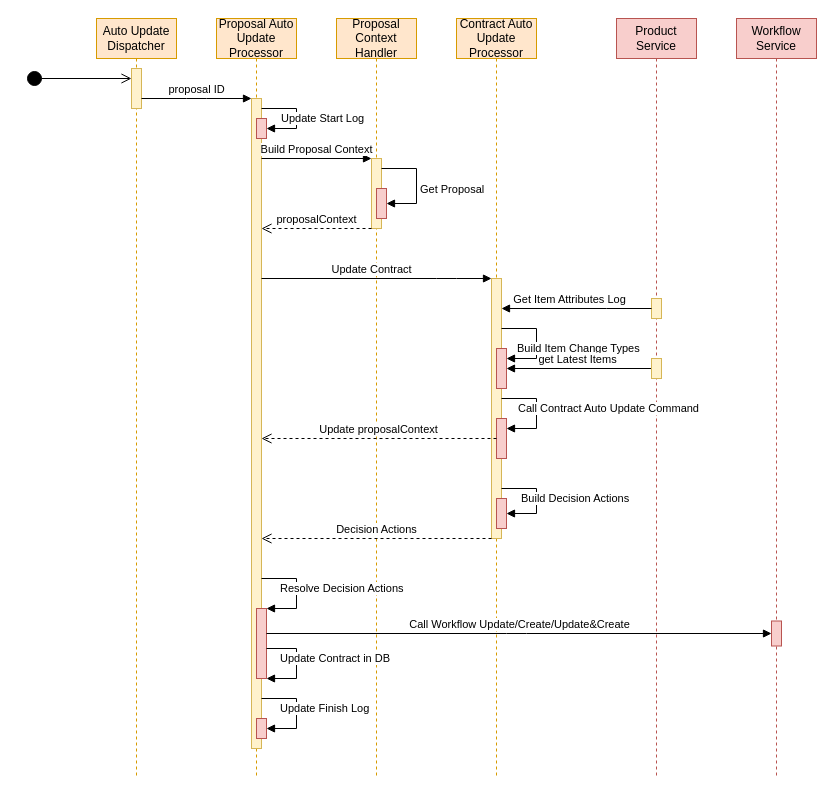
The draw.io diagram Proposal Update Entry Sequence Diagram.drawio in dajin-kingland/UMLdiagrams, before the edit. Source tidied: cells renumbered, new cells numbered last; positions are measured from the earlier drawing's top-left corner, leaving out a move shared by most shapes. Both pictures are drawn from the tidied source at 100%, with x=0, y=0 at pixel (26, 18).
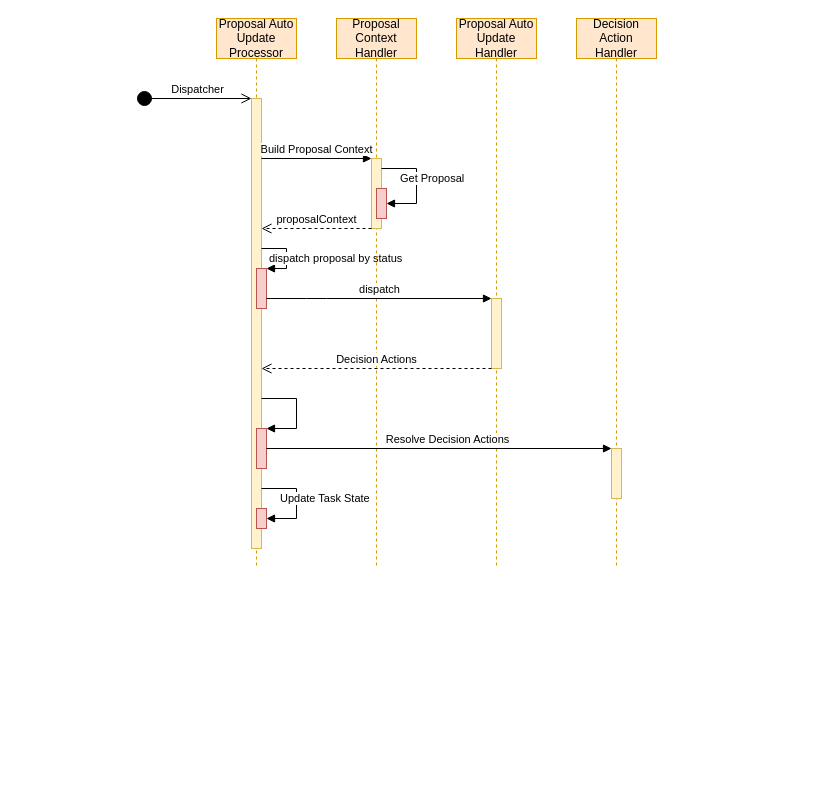
The same diagram, later.

Unchanged cells that the change refers to:
```xml
<mxCell id="5" style="html=1;points=[];perimeter=orthogonalPerimeter;fillColor=#fff2cc;strokeColor=#d6b656;" parent="4" vertex="1">
  <mxGeometry x="35" y="140" width="10" height="70" as="geometry" />
</mxCell>
<mxCell id="13" style="html=1;points=[];perimeter=orthogonalPerimeter;fillColor=#f8cecc;strokeColor=#b85450;" parent="1" vertex="1">
  <mxGeometry x="350" y="170" width="10" height="30" as="geometry" />
</mxCell>
```

Diff of the diagram source:
```diff
@@
     <mxCell id="2" value="&lt;font style=&quot;font-size: 12px&quot;&gt;Proposal Auto Update Processor&lt;/font&gt;" style="shape=umlLifeline;perimeter=lifelinePerimeter;whiteSpace=wrap;html=1;fillColor=#ffe6cc;strokeColor=#d79b00;" parent="1" vertex="1">
-      <mxGeometry x="190" width="80" height="760" as="geometry" />
+      <mxGeometry x="190" width="80" height="550" as="geometry" />
     </mxCell>
     <mxCell id="3" style="html=1;points=[];perimeter=orthogonalPerimeter;fillColor=#fff2cc;strokeColor=#d6b656;" parent="2" vertex="1">
-      <mxGeometry x="35" y="80" width="10" height="650" as="geometry" />
+      <mxGeometry x="35" y="80" width="10" height="450" as="geometry" />
     </mxCell>
+    <mxCell id="43" style="html=1;points=[];perimeter=orthogonalPerimeter;fillColor=#f8cecc;strokeColor=#b85450;" parent="2" vertex="1">
+      <mxGeometry x="40" y="250" width="10" height="40" as="geometry" />
+    </mxCell>
+    <mxCell id="44" value="dispatch proposal by status" style="edgeStyle=orthogonalEdgeStyle;html=1;align=left;spacingLeft=2;endArrow=block;rounded=0;entryX=1;entryY=0;" parent="2" edge="1" source="3" target="43">
+      <mxGeometry x="-0.87" y="-10" relative="1" as="geometry">
+        <Array as="points">
+          <mxPoint x="70" y="230" />
+          <mxPoint x="70" y="250" />
+        </Array>
+      </mxGeometry>
+    </mxCell>
     <mxCell id="4" value="&lt;font style=&quot;font-size: 12px&quot;&gt;Proposal &lt;br&gt;Context&lt;br&gt;Handler&lt;/font&gt;" style="shape=umlLifeline;perimeter=lifelinePerimeter;whiteSpace=wrap;html=1;fillColor=#ffe6cc;strokeColor=#d79b00;" parent="1" vertex="1">
-      <mxGeometry x="310" width="80" height="760" as="geometry" />
+      <mxGeometry x="310" width="80" height="550" as="geometry" />
     </mxCell>
@@
-    <mxCell id="7" value="&lt;font style=&quot;font-size: 12px&quot;&gt;Product Service&lt;/font&gt;" style="shape=umlLifeline;perimeter=lifelinePerimeter;whiteSpace=wrap;html=1;fillColor=#f8cecc;strokeColor=#b85450;" parent="1" vertex="1">
-      <mxGeometry x="590" width="80" height="760" as="geometry" />
-    </mxCell>
-    <mxCell id="8" style="html=1;points=[];perimeter=orthogonalPerimeter;fillColor=#fff2cc;strokeColor=#d6b656;" parent="7" vertex="1">
-      <mxGeometry x="35" y="280" width="10" height="20" as="geometry" />
-    </mxCell>
-    <mxCell id="9" value="&lt;font style=&quot;font-size: 12px&quot;&gt;Contract Auto Update Processor&lt;/font&gt;" style="shape=umlLifeline;perimeter=lifelinePerimeter;whiteSpace=wrap;html=1;fillColor=#ffe6cc;strokeColor=#d79b00;" parent="1" vertex="1">
-      <mxGeometry x="430" width="80" height="760" as="geometry" />
-    </mxCell>
-    <mxCell id="10" style="html=1;points=[];perimeter=orthogonalPerimeter;fillColor=#fff2cc;strokeColor=#d6b656;" parent="9" vertex="1">
-      <mxGeometry x="35" y="260" width="10" height="260" as="geometry" />
-    </mxCell>
-    <mxCell id="11" style="html=1;points=[];perimeter=orthogonalPerimeter;fillColor=#f8cecc;strokeColor=#b85450;" parent="9" vertex="1">
-      <mxGeometry x="40" y="330" width="10" height="40" as="geometry" />
-    </mxCell>
-    <mxCell id="12" value="Build Item Change Types" style="edgeStyle=orthogonalEdgeStyle;html=1;align=left;spacingLeft=2;endArrow=block;rounded=0;" parent="9" edge="1" source="10" target="11">
-      <mxGeometry x="0.85" y="-10" relative="1" as="geometry">
-        <Array as="points">
-          <mxPoint x="80" y="310" />
-          <mxPoint x="80" y="340" />
-        </Array>
-      </mxGeometry>
-    </mxCell>
@@
     <mxCell id="14" value="Get Proposal" style="edgeStyle=orthogonalEdgeStyle;html=1;align=left;spacingLeft=2;endArrow=block;rounded=0;" parent="1" edge="1" source="5" target="13">
-      <mxGeometry x="0.12" relative="1" as="geometry">
+      <mxGeometry x="-0.7" y="-10" relative="1" as="geometry">
         <Array as="points">
           <mxPoint x="390" y="150" />
           <mxPoint x="390" y="185" />
         </Array>
       </mxGeometry>
     </mxCell>
-    <mxCell id="15" style="html=1;verticalAlign=bottom;endArrow=block;" parent="1" edge="1" source="3" target="10">
-      <mxGeometry relative="1" as="geometry">
-        <Array as="points">
-          <mxPoint x="420" y="260" />
-        </Array>
-      </mxGeometry>
-    </mxCell>
-    <mxCell id="16" value="Update Contract" style="edgeLabel;html=1;align=center;verticalAlign=middle;" parent="15" vertex="1">
-      <mxGeometry x="-0.39" y="-1" relative="1" as="geometry">
-        <mxPoint x="39" y="-11" as="offset" />
-      </mxGeometry>
-    </mxCell>
-    <mxCell id="17" value="Decision Actions" style="html=1;verticalAlign=bottom;endArrow=open;dashed=1;endSize=8;" parent="1" edge="1" source="10">
-      <mxGeometry relative="1" as="geometry">
-        <mxPoint x="235" y="520" as="targetPoint" />
-        <Array as="points">
-          <mxPoint x="390" y="520" />
-        </Array>
-      </mxGeometry>
-    </mxCell>
@@
-    <mxCell id="19" value="&lt;font style=&quot;font-size: 12px&quot;&gt;Workflow Service&lt;/font&gt;" style="shape=umlLifeline;perimeter=lifelinePerimeter;whiteSpace=wrap;html=1;fillColor=#f8cecc;strokeColor=#b85450;" parent="1" vertex="1">
-      <mxGeometry x="710" width="80" height="760" as="geometry" />
-    </mxCell>
-    <mxCell id="20" style="html=1;points=[];perimeter=orthogonalPerimeter;fillColor=#f8cecc;strokeColor=#b85450;" parent="19" vertex="1">
-      <mxGeometry x="35" y="602.5" width="10" height="25" as="geometry" />
-    </mxCell>
     <mxCell id="21" style="html=1;points=[];perimeter=orthogonalPerimeter;fillColor=#f8cecc;strokeColor=#b85450;" parent="1" vertex="1">
-      <mxGeometry x="230" y="590" width="10" height="70" as="geometry" />
+      <mxGeometry x="230" y="410" width="10" height="40" as="geometry" />
     </mxCell>
-    <mxCell id="22" value="Resolve Decision Actions" style="edgeStyle=orthogonalEdgeStyle;html=1;align=left;spacingLeft=2;endArrow=block;rounded=0;" parent="1" edge="1" source="3" target="21">
+    <mxCell id="22" style="edgeStyle=orthogonalEdgeStyle;html=1;align=left;spacingLeft=2;endArrow=block;rounded=0;" parent="1" edge="1" source="3" target="21">
       <mxGeometry x="-0.68" y="-10" relative="1" as="geometry">
         <Array as="points">
-          <mxPoint x="270" y="560" />
-          <mxPoint x="270" y="590" />
+          <mxPoint x="270" y="380" />
+          <mxPoint x="270" y="410" />
         </Array>
       </mxGeometry>
     </mxCell>
-    <mxCell id="23" value="Call Workflow Update/Create/Update&amp;amp;Create" style="html=1;verticalAlign=bottom;endArrow=block;" parent="1" edge="1" source="21" target="20">
-      <mxGeometry relative="1" as="geometry">
-        <Array as="points">
-          <mxPoint x="490" y="615" />
-        </Array>
-      </mxGeometry>
-    </mxCell>
     <mxCell id="24" style="html=1;points=[];perimeter=orthogonalPerimeter;fillColor=#f8cecc;strokeColor=#b85450;" parent="1" vertex="1">
-      <mxGeometry x="230" y="700" width="10" height="20" as="geometry" />
+      <mxGeometry x="230" y="490" width="10" height="20" as="geometry" />
     </mxCell>
-    <mxCell id="25" value="Update Finish Log" style="edgeStyle=orthogonalEdgeStyle;html=1;align=left;spacingLeft=2;endArrow=block;rounded=0;" parent="1" edge="1" source="3" target="24">
+    <mxCell id="25" value="Update Task State" style="edgeStyle=orthogonalEdgeStyle;html=1;align=left;spacingLeft=2;endArrow=block;rounded=0;" parent="1" edge="1" source="3" target="24">
       <mxGeometry x="-0.68" y="-10" relative="1" as="geometry">
         <Array as="points">
-          <mxPoint x="270" y="680" />
-          <mxPoint x="270" y="710" />
+          <mxPoint x="270" y="470" />
+          <mxPoint x="270" y="500" />
         </Array>
       </mxGeometry>
     </mxCell>
-    <mxCell id="26" style="html=1;points=[];perimeter=orthogonalPerimeter;fillColor=#f8cecc;strokeColor=#b85450;" parent="1" vertex="1">
-      <mxGeometry x="230" y="100" width="10" height="20" as="geometry" />
-    </mxCell>
-    <mxCell id="27" value="Update Start Log" style="edgeStyle=orthogonalEdgeStyle;html=1;align=left;spacingLeft=2;endArrow=block;rounded=0;" parent="1" edge="1" target="26">
-      <mxGeometry x="0.73" y="-10" relative="1" as="geometry">
-        <mxPoint x="235" y="90" as="sourcePoint" />
-        <Array as="points">
-          <mxPoint x="270" y="90" />
-          <mxPoint x="270" y="110" />
-        </Array>
-      </mxGeometry>
-    </mxCell>
-    <mxCell id="28" style="edgeStyle=orthogonalEdgeStyle;rounded=0;jettySize=auto;html=1;endArrow=block;endFill=1;" parent="1" edge="1" source="30" target="11">
-      <mxGeometry relative="1" as="geometry" />
-    </mxCell>
-    <mxCell id="29" value="get Latest Items" style="edgeLabel;html=1;align=center;verticalAlign=middle;" parent="28" vertex="1">
-      <mxGeometry x="0.13" y="-1" relative="1" as="geometry">
-        <mxPoint x="7" y="-9" as="offset" />
-      </mxGeometry>
-    </mxCell>
-    <mxCell id="30" style="html=1;points=[];perimeter=orthogonalPerimeter;fillColor=#fff2cc;strokeColor=#d6b656;" parent="1" vertex="1">
-      <mxGeometry x="625" y="340" width="10" height="20" as="geometry" />
-    </mxCell>
-    <mxCell id="31" style="edgeStyle=orthogonalEdgeStyle;rounded=0;jettySize=auto;html=1;endArrow=block;endFill=1;" parent="1" edge="1" source="8" target="10">
-      <mxGeometry relative="1" as="geometry">
-        <Array as="points">
-          <mxPoint x="580" y="290" />
-          <mxPoint x="580" y="290" />
-        </Array>
-      </mxGeometry>
-    </mxCell>
-    <mxCell id="32" value="Get Item Attributes Log" style="edgeLabel;html=1;align=center;verticalAlign=middle;" parent="31" vertex="1">
-      <mxGeometry x="-0.09" y="-1" relative="1" as="geometry">
-        <mxPoint x="-15" y="-9" as="offset" />
-      </mxGeometry>
-    </mxCell>
-    <mxCell id="33" style="html=1;points=[];perimeter=orthogonalPerimeter;fillColor=#f8cecc;strokeColor=#b85450;" parent="1" vertex="1">
-      <mxGeometry x="470" y="400" width="10" height="40" as="geometry" />
-    </mxCell>
-    <mxCell id="34" value="Call Contract Auto Update Command" style="edgeStyle=orthogonalEdgeStyle;html=1;align=left;spacingLeft=2;endArrow=block;rounded=0;" parent="1" edge="1" source="10" target="33">
-      <mxGeometry x="-0.72" y="-10" relative="1" as="geometry">
-        <Array as="points">
-          <mxPoint x="510" y="380" />
-          <mxPoint x="510" y="410" />
-        </Array>
-      </mxGeometry>
-    </mxCell>
-    <mxCell id="35" style="html=1;points=[];perimeter=orthogonalPerimeter;fillColor=#f8cecc;strokeColor=#b85450;" parent="1" vertex="1">
-      <mxGeometry x="470" y="480" width="10" height="30" as="geometry" />
-    </mxCell>
-    <mxCell id="36" value="Build Decision Actions" style="edgeStyle=orthogonalEdgeStyle;html=1;align=left;spacingLeft=2;endArrow=block;rounded=0;" parent="1" edge="1" source="10" target="35">
-      <mxGeometry x="-0.65" y="-10" relative="1" as="geometry">
-        <Array as="points">
-          <mxPoint x="510" y="470" />
-          <mxPoint x="510" y="495" />
-        </Array>
-      </mxGeometry>
-    </mxCell>
-    <mxCell id="37" value="Update proposalContext" style="html=1;verticalAlign=bottom;endArrow=open;dashed=1;endSize=8;" parent="1" edge="1" source="33" target="3">
-      <mxGeometry relative="1" as="geometry" />
-    </mxCell>
-    <mxCell id="38" value="Update Contract in DB" style="edgeStyle=orthogonalEdgeStyle;html=1;align=left;spacingLeft=2;endArrow=block;rounded=0;" parent="1" edge="1" source="21" target="21">
-      <mxGeometry x="-0.78" y="-10" relative="1" as="geometry">
-        <Array as="points">
-          <mxPoint x="270" y="630" />
-          <mxPoint x="270" y="660" />
-        </Array>
-      </mxGeometry>
-    </mxCell>
-    <mxCell id="39" value="&lt;font style=&quot;font-size: 12px&quot;&gt;Auto Update Dispatcher&lt;/font&gt;" style="shape=umlLifeline;perimeter=lifelinePerimeter;whiteSpace=wrap;html=1;fillColor=#ffe6cc;strokeColor=#d79b00;" parent="1" vertex="1">
-      <mxGeometry x="70" width="80" height="760" as="geometry" />
-    </mxCell>
-    <mxCell id="40" style="html=1;points=[];perimeter=orthogonalPerimeter;fillColor=#fff2cc;strokeColor=#d6b656;" parent="1" vertex="1">
-      <mxGeometry x="105" y="50" width="10" height="40" as="geometry" />
-    </mxCell>
-    <mxCell id="41" value="proposal ID" style="html=1;verticalAlign=bottom;startArrow=none;endArrow=block;startSize=8;startFill=0;" parent="1" edge="1" source="40" target="3">
-      <mxGeometry relative="1" as="geometry">
-        <Array as="points">
-          <mxPoint x="170" y="80" />
-        </Array>
-      </mxGeometry>
-    </mxCell>
-    <mxCell id="42" style="html=1;verticalAlign=bottom;startArrow=circle;startFill=1;endArrow=open;startSize=6;endSize=8;" parent="1" edge="1" target="40">
+    <mxCell id="42" style="html=1;verticalAlign=bottom;startArrow=circle;startFill=1;endArrow=open;startSize=6;endSize=8;" parent="1" edge="1" target="3">
       <mxGeometry relative="1" as="geometry">
-        <mxPoint y="60" as="sourcePoint" />
+        <mxPoint x="110" y="80" as="sourcePoint" />
       </mxGeometry>
     </mxCell>
+    <mxCell id="45" value="Dispatcher" style="edgeLabel;html=1;align=center;verticalAlign=middle;" parent="42" vertex="1">
+      <mxGeometry x="-0.32" y="-3" relative="1" as="geometry">
+        <mxPoint x="21" y="-13" as="offset" />
+      </mxGeometry>
+    </mxCell>
+    <mxCell id="46" value="&lt;font style=&quot;font-size: 12px&quot;&gt;Proposal Auto Update Handler&lt;/font&gt;" style="shape=umlLifeline;perimeter=lifelinePerimeter;whiteSpace=wrap;html=1;fillColor=#ffe6cc;strokeColor=#d79b00;" parent="1" vertex="1">
+      <mxGeometry x="430" width="80" height="550" as="geometry" />
+    </mxCell>
+    <mxCell id="47" style="html=1;points=[];perimeter=orthogonalPerimeter;fillColor=#fff2cc;strokeColor=#d6b656;" parent="1" vertex="1">
+      <mxGeometry x="465" y="280" width="10" height="70" as="geometry" />
+    </mxCell>
+    <mxCell id="48" value="dispatch" style="html=1;verticalAlign=bottom;endArrow=block;" parent="1" edge="1" source="43" target="47">
+      <mxGeometry relative="1" as="geometry">
+        <Array as="points">
+          <mxPoint x="290" y="280" />
+        </Array>
+      </mxGeometry>
+    </mxCell>
+    <mxCell id="49" value="Decision Action Handler" style="shape=umlLifeline;perimeter=lifelinePerimeter;whiteSpace=wrap;html=1;fillColor=#ffe6cc;strokeColor=#d79b00;" parent="1" vertex="1">
+      <mxGeometry x="550" width="80" height="550" as="geometry" />
+    </mxCell>
+    <mxCell id="50" style="html=1;points=[];perimeter=orthogonalPerimeter;fillColor=#fff2cc;strokeColor=#d6b656;" parent="49" vertex="1">
+      <mxGeometry x="35" y="430" width="10" height="50" as="geometry" />
+    </mxCell>
+    <mxCell id="17" value="Decision Actions" style="html=1;verticalAlign=bottom;endArrow=open;dashed=1;endSize=8;" parent="1" edge="1" source="47" target="3">
+      <mxGeometry relative="1" as="geometry">
+        <Array as="points">
+          <mxPoint x="440" y="350" />
+        </Array>
+      </mxGeometry>
+    </mxCell>
+    <mxCell id="51" style="html=1;verticalAlign=bottom;endArrow=block;" parent="1" edge="1" source="21" target="50">
+      <mxGeometry relative="1" as="geometry" />
+    </mxCell>
+    <mxCell id="52" value="Resolve Decision Actions" style="edgeLabel;html=1;align=center;verticalAlign=middle;" parent="51" vertex="1">
+      <mxGeometry x="-0.13" y="1" relative="1" as="geometry">
+        <mxPoint x="30" y="-9" as="offset" />
+      </mxGeometry>
+    </mxCell>
```
